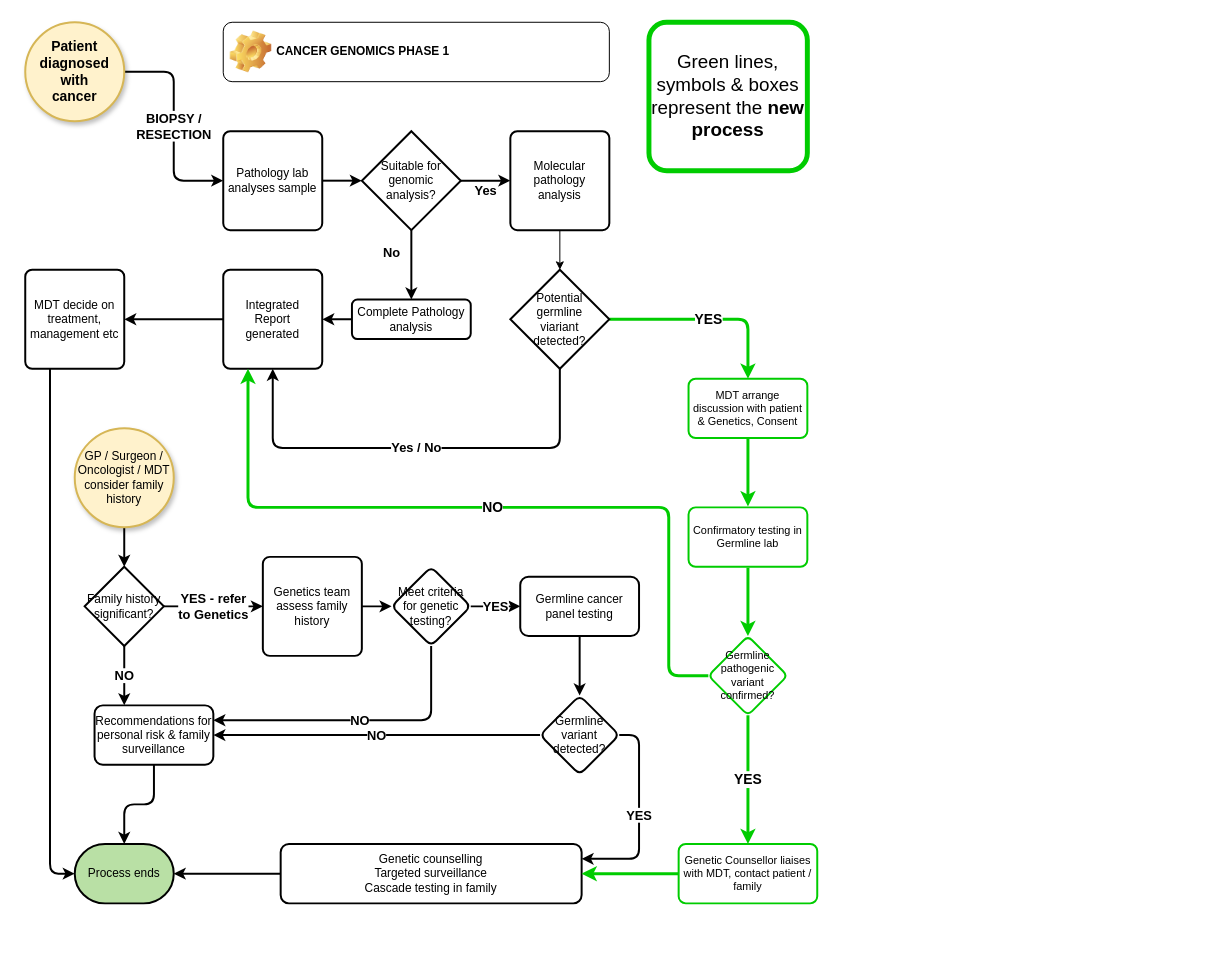
mckeelab/cancerflow keeps this draw.io diagram as BasicCancerFlow_Phase1.drawio. Above is the earlier version. Source tidied: cells renumbered, new cells numbered last; positions are measured from the earlier drawing's top-left corner, leaving out a move shared by most shapes. Both pictures are drawn from the tidied source at 99%, with x=0, y=0 at pixel (25, 22).
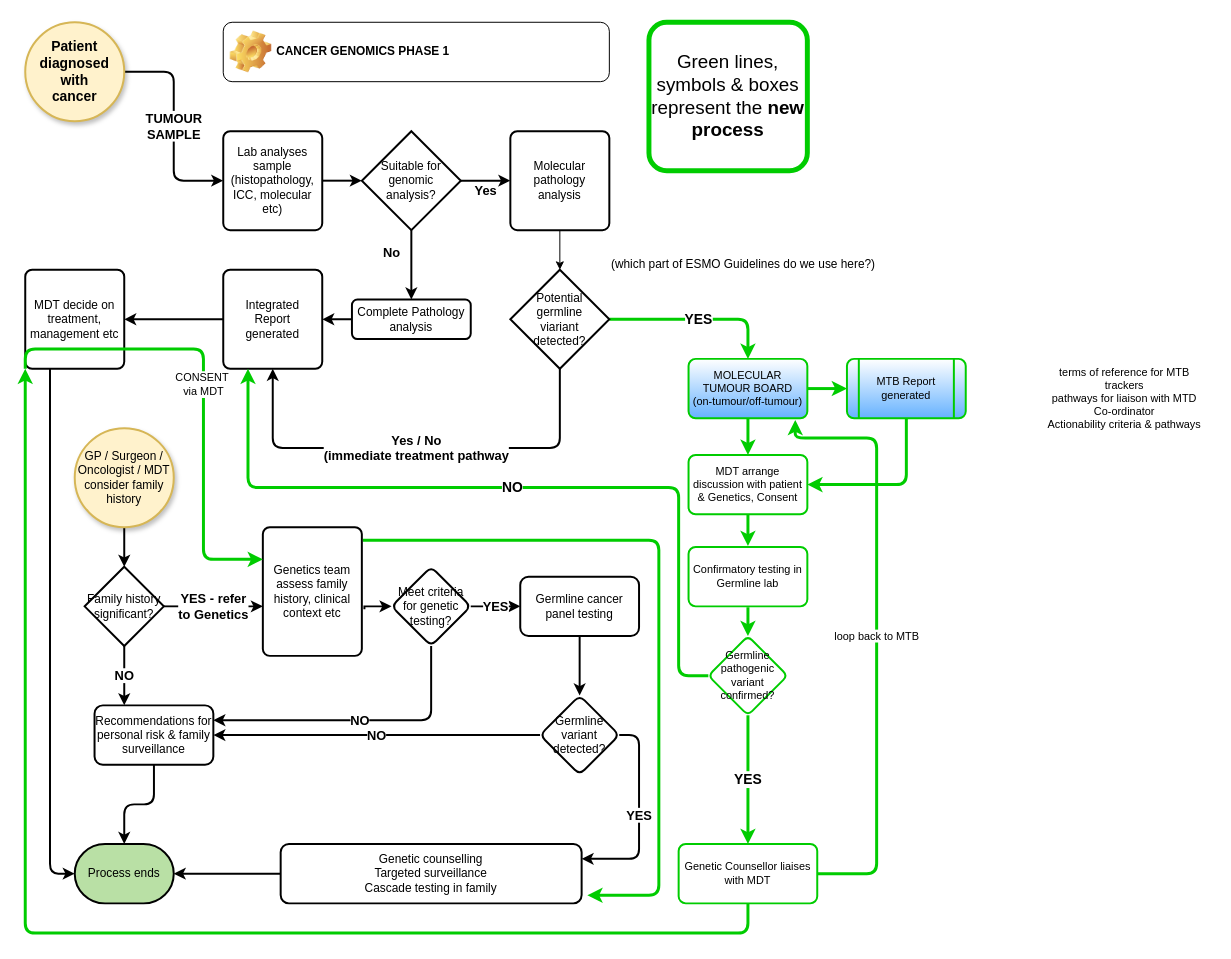
The same diagram, later.

The change refers to these unchanged cells:
```xml
<mxCell id="14" value="Potential &lt;br&gt;germline &lt;br&gt;viariant &lt;br&gt;detected?" style="strokeWidth=2;html=1;shape=mxgraph.flowchart.decision;whiteSpace=wrap;rounded=1;arcSize=14;" parent="1" vertex="1">
  <mxGeometry x="490" y="250" width="100" height="100" as="geometry" />
</mxCell>
<mxCell id="16" value="Integrated &lt;br&gt;Report &lt;br&gt;generated" style="rounded=1;whiteSpace=wrap;html=1;absoluteArcSize=1;arcSize=14;strokeWidth=2;" parent="1" vertex="1">
  <mxGeometry x="200" y="250" width="100" height="100" as="geometry" />
</mxCell>
<mxCell id="18" value="MDT decide on treatment, management etc" style="rounded=1;whiteSpace=wrap;html=1;absoluteArcSize=1;arcSize=14;strokeWidth=2;" parent="1" vertex="1">
  <mxGeometry y="250" width="100" height="100" as="geometry" />
</mxCell>
<mxCell id="19" value="Patient &lt;br style=&quot;font-size: 14px;&quot;&gt;diagnosed with &lt;br style=&quot;font-size: 14px;&quot;&gt;cancer" style="strokeWidth=2;html=1;shape=mxgraph.flowchart.start_2;whiteSpace=wrap;fillColor=#fff2cc;strokeColor=#d6b656;shadow=1;fontSize=14;fontStyle=1;" parent="1" vertex="1">
  <mxGeometry width="100" height="100" as="geometry" />
</mxCell>
<mxCell id="24" value="Family history significant?" style="rhombus;whiteSpace=wrap;html=1;strokeWidth=2;" parent="1" vertex="1">
  <mxGeometry x="60" y="550" width="80" height="80" as="geometry" />
</mxCell>
<mxCell id="31" value="Meet criteria for genetic testing?" style="rhombus;whiteSpace=wrap;html=1;rounded=1;arcSize=14;strokeWidth=2;" parent="1" vertex="1">
  <mxGeometry x="370" y="550" width="80" height="80" as="geometry" />
</mxCell>
<mxCell id="40" value="Genetic counselling&lt;br&gt;Targeted surveillance&lt;br&gt;Cascade testing in family" style="whiteSpace=wrap;html=1;rounded=1;arcSize=14;strokeWidth=2;" parent="1" vertex="1">
  <mxGeometry x="258" y="830" width="304" height="60" as="geometry" />
</mxCell>
<mxCell id="45" value="Germline pathogenic variant confirmed?" style="rhombus;whiteSpace=wrap;html=1;strokeWidth=2;rounded=1;fontSize=11;strokeColor=#00CC00;arcSize=12;" parent="1" vertex="1">
  <mxGeometry x="690" y="620" width="80" height="80" as="geometry" />
</mxCell>
```

Diff of the diagram source:
```diff
@@
-    <mxCell id="2" value="BIOPSY / &lt;br&gt;RESECTION" style="edgeStyle=orthogonalEdgeStyle;rounded=1;jettySize=auto;html=1;exitX=0;exitY=0.5;exitDx=0;exitDy=0;entryX=1;entryY=0.5;entryDx=0;entryDy=0;endArrow=none;fontSize=13;startArrow=classic;startFill=1;endFill=0;fontStyle=1;strokeWidth=2;entryPerimeter=0;" parent="1" edge="1" source="7" target="19">
+    <mxCell id="2" value="TUMOUR&lt;br&gt;SAMPLE" style="edgeStyle=orthogonalEdgeStyle;rounded=1;jettySize=auto;html=1;exitX=0;exitY=0.5;exitDx=0;exitDy=0;entryX=1;entryY=0.5;entryDx=0;entryDy=0;endArrow=none;fontSize=13;startArrow=classic;startFill=1;endFill=0;fontStyle=1;strokeWidth=2;entryPerimeter=0;" parent="1" edge="1" source="7" target="19">
       <mxGeometry relative="1" as="geometry" />
     </mxCell>
@@
-    <mxCell id="7" value="Pathology lab analyses sample" style="rounded=1;whiteSpace=wrap;html=1;absoluteArcSize=1;arcSize=14;strokeWidth=2;" parent="1" vertex="1">
+    <mxCell id="7" value="Lab analyses sample (histopathology, ICC, molecular etc)" style="rounded=1;whiteSpace=wrap;html=1;absoluteArcSize=1;arcSize=14;strokeWidth=2;" parent="1" vertex="1">
       <mxGeometry x="200" y="110" width="100" height="100" as="geometry" />
     </mxCell>
@@
-    <mxCell id="12" value="Yes / No" style="edgeStyle=orthogonalEdgeStyle;rounded=1;jettySize=auto;html=1;entryX=0.5;entryY=1;entryDx=0;entryDy=0;exitX=0.5;exitY=1;exitDx=0;exitDy=0;endArrow=none;fontSize=13;startArrow=classic;startFill=1;endFill=0;fontStyle=1;strokeWidth=2;entryPerimeter=0;" parent="1" edge="1" source="16" target="14">
+    <mxCell id="12" value="Yes / No&lt;br&gt;(immediate treatment pathway" style="edgeStyle=orthogonalEdgeStyle;rounded=1;jettySize=auto;html=1;entryX=0.5;entryY=1;entryDx=0;entryDy=0;exitX=0.5;exitY=1;exitDx=0;exitDy=0;endArrow=none;fontSize=13;startArrow=classic;startFill=1;endFill=0;fontStyle=1;strokeWidth=2;entryPerimeter=0;" parent="1" edge="1" source="16" target="14">
       <mxGeometry relative="1" as="geometry">
         <Array as="points">
           <mxPoint x="250" y="430" />
           <mxPoint x="540" y="430" />
         </Array>
       </mxGeometry>
     </mxCell>
-    <mxCell id="13" value="YES" style="edgeStyle=orthogonalEdgeStyle;shape=connector;rounded=1;jettySize=auto;html=1;labelBackgroundColor=default;strokeColor=#00CC00;fontFamily=Helvetica;fontSize=14;fontColor=default;endArrow=classic;strokeWidth=3;fontStyle=1;entryX=0.5;entryY=0;entryDx=0;entryDy=0;" parent="1" edge="1" source="14" target="50">
+    <mxCell id="13" value="YES" style="edgeStyle=orthogonalEdgeStyle;shape=connector;rounded=1;jettySize=auto;html=1;labelBackgroundColor=default;strokeColor=#00CC00;fontFamily=Helvetica;fontSize=14;fontColor=default;endArrow=classic;strokeWidth=3;fontStyle=1;entryX=0.5;entryY=0;entryDx=0;entryDy=0;" parent="1" edge="1" source="14" target="57">
       <mxGeometry relative="1" as="geometry" />
     </mxCell>
@@
     <mxCell id="26" value="YES - refer&lt;br style=&quot;font-size: 13px;&quot;&gt;to Genetics" style="edgeStyle=orthogonalEdgeStyle;rounded=0;jettySize=auto;html=1;startArrow=classic;startFill=1;endArrow=none;endFill=0;fontSize=13;fontStyle=1;strokeWidth=2;" parent="1" edge="1" source="28" target="24">
-      <mxGeometry relative="1" as="geometry" />
+      <mxGeometry relative="1" as="geometry">
+        <Array as="points">
+          <mxPoint x="220" y="590" />
+          <mxPoint x="220" y="590" />
+        </Array>
+      </mxGeometry>
     </mxCell>
-    <mxCell id="27" style="edgeStyle=orthogonalEdgeStyle;rounded=0;jettySize=auto;html=1;endArrow=none;fontSize=13;startArrow=classic;startFill=1;endFill=0;fontStyle=1;strokeWidth=2;" parent="1" edge="1" source="31" target="28">
-      <mxGeometry relative="1" as="geometry" />
+    <mxCell id="27" style="edgeStyle=orthogonalEdgeStyle;rounded=0;jettySize=auto;html=1;endArrow=none;fontSize=13;startArrow=classic;startFill=1;endFill=0;fontStyle=1;strokeWidth=2;entryX=1.026;entryY=0.638;entryDx=0;entryDy=0;entryPerimeter=0;" parent="1" edge="1" source="31" target="28">
+      <mxGeometry relative="1" as="geometry">
+        <Array as="points">
+          <mxPoint x="343" y="590" />
+        </Array>
+      </mxGeometry>
     </mxCell>
+    <mxCell id="52" style="edgeStyle=orthogonalEdgeStyle;rounded=1;jettySize=auto;html=1;exitX=1.01;exitY=0.101;exitDx=0;exitDy=0;entryX=1.019;entryY=0.863;entryDx=0;entryDy=0;entryPerimeter=0;fontSize=14;strokeColor=#00CC00;strokeWidth=3;fontStyle=1;exitPerimeter=0;" parent="1" edge="1" source="28" target="40">
+      <mxGeometry relative="1" as="geometry">
+        <Array as="points">
+          <mxPoint x="640" y="523" />
+          <mxPoint x="640" y="882" />
+        </Array>
+      </mxGeometry>
+    </mxCell>
-    <mxCell id="28" value="Genetics team assess family history" style="rounded=1;whiteSpace=wrap;html=1;absoluteArcSize=1;arcSize=14;strokeWidth=2;" parent="1" vertex="1">
-      <mxGeometry x="240" y="540" width="100" height="100" as="geometry" />
+    <mxCell id="28" value="Genetics team assess family history, clinical context etc" style="rounded=1;whiteSpace=wrap;html=1;absoluteArcSize=1;arcSize=14;strokeWidth=2;" parent="1" vertex="1">
+      <mxGeometry x="240" y="510" width="100" height="130" as="geometry" />
     </mxCell>
@@
     <mxCell id="42" value="Confirmatory testing in Germline lab" style="whiteSpace=wrap;html=1;strokeWidth=2;perimeterSpacing=1;rounded=1;fontSize=11;strokeColor=#00CC00;arcSize=12;" parent="1" vertex="1">
-      <mxGeometry x="670" y="490" width="120" height="60" as="geometry" />
+      <mxGeometry x="670" y="530" width="120" height="60" as="geometry" />
     </mxCell>
     <mxCell id="43" value="NO" style="edgeStyle=orthogonalEdgeStyle;shape=connector;rounded=1;jettySize=auto;html=1;labelBackgroundColor=default;strokeColor=#00CC00;fontFamily=Helvetica;fontSize=14;fontColor=default;endArrow=classic;strokeWidth=3;entryX=0.25;entryY=1;entryDx=0;entryDy=0;fontStyle=1;" parent="1" edge="1" source="45" target="16">
       <mxGeometry relative="1" as="geometry">
         <Array as="points">
-          <mxPoint x="650" y="660" />
-          <mxPoint x="650" y="490" />
-          <mxPoint x="225" y="490" />
+          <mxPoint x="660" y="660" />
+          <mxPoint x="660" y="470" />
+          <mxPoint x="225" y="470" />
         </Array>
       </mxGeometry>
     </mxCell>
@@
-    <mxCell id="46" style="edgeStyle=orthogonalEdgeStyle;shape=connector;rounded=1;jettySize=auto;html=1;entryX=1;entryY=0.5;entryDx=0;entryDy=0;labelBackgroundColor=default;strokeColor=#00CC00;fontFamily=Helvetica;fontSize=11;fontColor=default;endArrow=classic;strokeWidth=3;" parent="1" edge="1" source="47" target="40">
-      <mxGeometry relative="1" as="geometry" />
+    <mxCell id="46" style="edgeStyle=orthogonalEdgeStyle;shape=connector;rounded=1;jettySize=auto;html=1;entryX=0;entryY=1;entryDx=0;entryDy=0;labelBackgroundColor=default;strokeColor=#00CC00;fontFamily=Helvetica;fontSize=11;fontColor=default;endArrow=classic;strokeWidth=3;" parent="1" edge="1" source="47" target="18">
+      <mxGeometry relative="1" as="geometry">
+        <Array as="points">
+          <mxPoint x="730" y="920" />
+          <mxPoint y="920" />
+        </Array>
+      </mxGeometry>
     </mxCell>
+    <mxCell id="53" value="loop back to MTB" style="edgeStyle=orthogonalEdgeStyle;shape=connector;rounded=1;jettySize=auto;html=1;exitX=1;exitY=0.5;exitDx=0;exitDy=0;entryX=0.898;entryY=1.028;entryDx=0;entryDy=0;entryPerimeter=0;labelBackgroundColor=default;strokeColor=#00CC00;strokeWidth=3;fontFamily=Helvetica;fontSize=11;fontColor=default;endArrow=classic;" parent="1" edge="1" source="47" target="57">
+      <mxGeometry relative="1" as="geometry">
+        <Array as="points">
+          <mxPoint x="860" y="860" />
+          <mxPoint x="860" y="420" />
+          <mxPoint x="778" y="420" />
+        </Array>
+      </mxGeometry>
+    </mxCell>
-    <mxCell id="47" value="Genetic Counsellor liaises with MDT, contact patient / family" style="whiteSpace=wrap;html=1;strokeWidth=2;rounded=1;fontSize=11;strokeColor=#00CC00;arcSize=12;" parent="1" vertex="1">
+    <mxCell id="47" value="Genetic Counsellor liaises with MDT" style="whiteSpace=wrap;html=1;strokeWidth=2;rounded=1;fontSize=11;strokeColor=#00CC00;arcSize=12;" parent="1" vertex="1">
       <mxGeometry x="660" y="830" width="140" height="60" as="geometry" />
     </mxCell>
@@
     <mxCell id="50" value="MDT arrange discussion with patient &amp;amp; Genetics, Consent" style="whiteSpace=wrap;html=1;strokeWidth=2;rounded=1;arcSize=12;fontSize=11;strokeColor=#00CC00;" parent="1" vertex="1">
-      <mxGeometry x="670" y="360" width="120" height="60" as="geometry" />
+      <mxGeometry x="670" y="437" width="120" height="60" as="geometry" />
     </mxCell>
@@
+    <mxCell id="54" value="CONSENT&amp;nbsp;&lt;br&gt;via MDT" style="edgeStyle=orthogonalEdgeStyle;shape=connector;rounded=1;jettySize=auto;html=1;entryX=0;entryY=0.25;entryDx=0;entryDy=0;labelBackgroundColor=default;strokeColor=#00CC00;fontFamily=Helvetica;fontSize=11;fontColor=default;endArrow=classic;strokeWidth=3;exitX=0;exitY=1;exitDx=0;exitDy=0;" parent="1" edge="1" source="18" target="28">
+      <mxGeometry relative="1" as="geometry">
+        <Array as="points">
+          <mxPoint y="330" />
+          <mxPoint x="180" y="330" />
+          <mxPoint x="180" y="543" />
+          <mxPoint x="240" y="543" />
+        </Array>
+      </mxGeometry>
+    </mxCell>
+    <mxCell id="55" style="edgeStyle=orthogonalEdgeStyle;rounded=1;jettySize=auto;html=1;exitX=0.5;exitY=1;exitDx=0;exitDy=0;entryX=0.5;entryY=0;entryDx=0;entryDy=0;strokeColor=#00CC00;strokeWidth=3;" parent="1" edge="1" source="57" target="50">
+      <mxGeometry relative="1" as="geometry" />
+    </mxCell>
+    <mxCell id="56" style="edgeStyle=orthogonalEdgeStyle;shape=connector;rounded=1;jettySize=auto;html=1;exitX=1;exitY=0.5;exitDx=0;exitDy=0;entryX=0;entryY=0.5;entryDx=0;entryDy=0;labelBackgroundColor=default;strokeColor=#00CC00;strokeWidth=3;fontFamily=Helvetica;fontSize=11;fontColor=default;endArrow=classic;" parent="1" edge="1" source="57" target="60">
+      <mxGeometry relative="1" as="geometry" />
+    </mxCell>
+    <mxCell id="57" value="MOLECULAR TUMOUR BOARD&lt;br&gt;(on-tumour/off-tumour)" style="whiteSpace=wrap;html=1;fontSize=11;strokeColor=#00CC00;strokeWidth=2;rounded=1;arcSize=12;gradientColor=#66B2FF;" parent="1" vertex="1">
+      <mxGeometry x="670" y="340" width="120" height="60" as="geometry" />
+    </mxCell>
+    <mxCell id="58" value="(which part of ESMO Guidelines do we use here?)" style="text;html=1;align=center;verticalAlign=middle;strokeColor=none;fillColor=none;" parent="1" vertex="1">
+      <mxGeometry x="580" y="230" width="290" height="30" as="geometry" />
+    </mxCell>
+    <mxCell id="59" style="edgeStyle=orthogonalEdgeStyle;shape=connector;rounded=1;jettySize=auto;html=1;exitX=0.5;exitY=1;exitDx=0;exitDy=0;entryX=1;entryY=0.5;entryDx=0;entryDy=0;labelBackgroundColor=default;strokeColor=#00CC00;strokeWidth=3;fontFamily=Helvetica;fontSize=11;fontColor=default;endArrow=classic;" parent="1" edge="1" source="60" target="50">
+      <mxGeometry relative="1" as="geometry">
+        <Array as="points">
+          <mxPoint x="890" y="467" />
+        </Array>
+      </mxGeometry>
+    </mxCell>
+    <mxCell id="60" value="MTB Report generated" style="shape=process;whiteSpace=wrap;html=1;backgroundOutline=1;fontSize=11;strokeColor=#00CC00;strokeWidth=2;rounded=1;arcSize=12;gradientColor=#66B2FF;" parent="1" vertex="1">
+      <mxGeometry x="830" y="340" width="120" height="60" as="geometry" />
+    </mxCell>
+    <mxCell id="61" value="terms of reference for MTB&lt;br&gt;trackers&lt;br&gt;pathways for liaison with MTD&lt;br&gt;Co-ordinator&lt;br&gt;Actionability criteria &amp;amp; pathways&lt;br&gt;" style="text;html=1;align=center;verticalAlign=middle;strokeColor=none;fillColor=none;fontSize=11;fontFamily=Helvetica;fontColor=default;" parent="1" vertex="1">
+      <mxGeometry x="1020" y="340" width="180" height="80" as="geometry" />
+    </mxCell>
```
